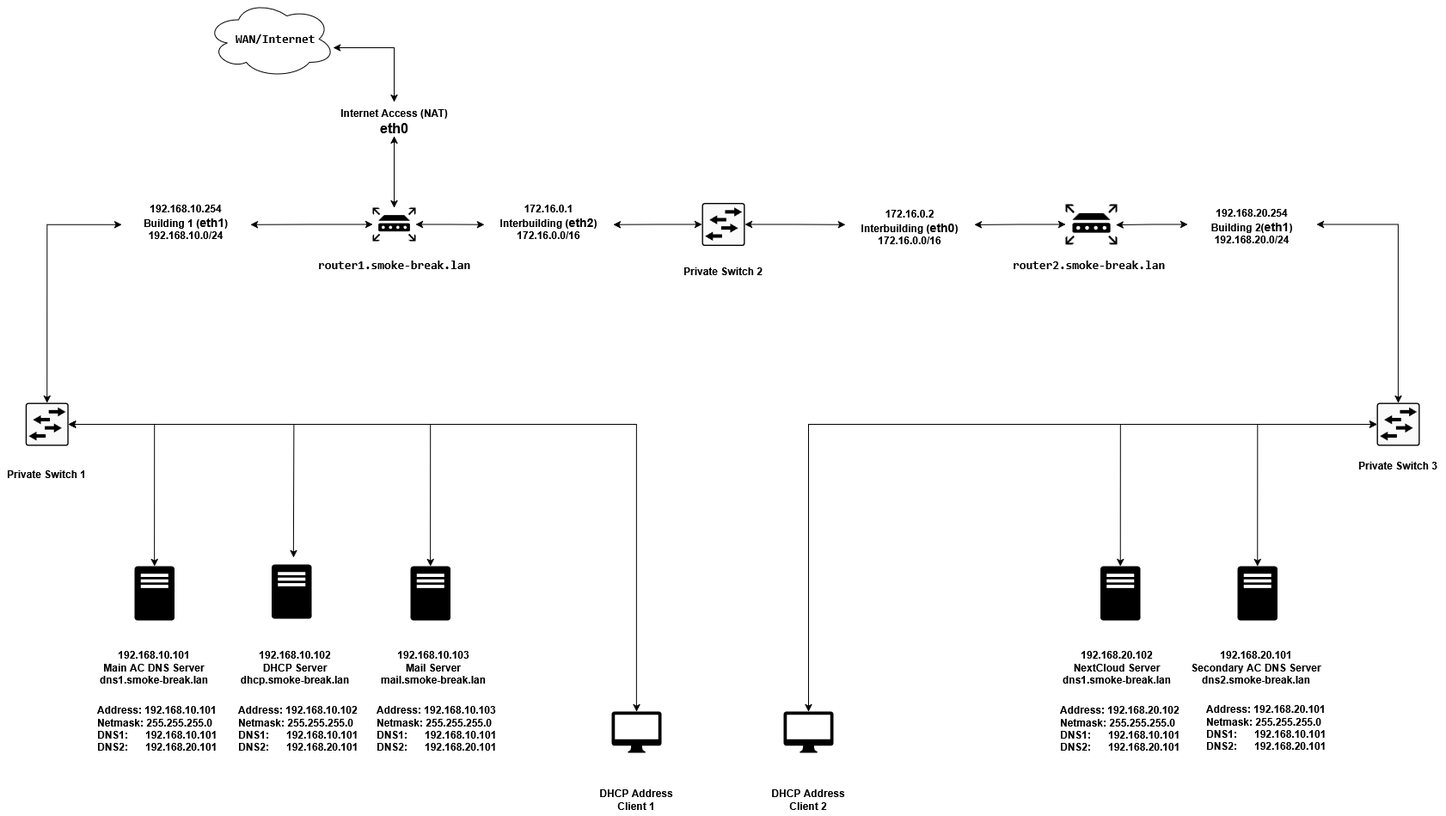
Before: images/diagram.png, a diagram exported from draw.io (fIyingPhoenix/InfraCore). Source tidied: cells renumbered, new cells last; positions are measured from the earlier drawing's top-left corner, leaving out a move shared by most shapes.
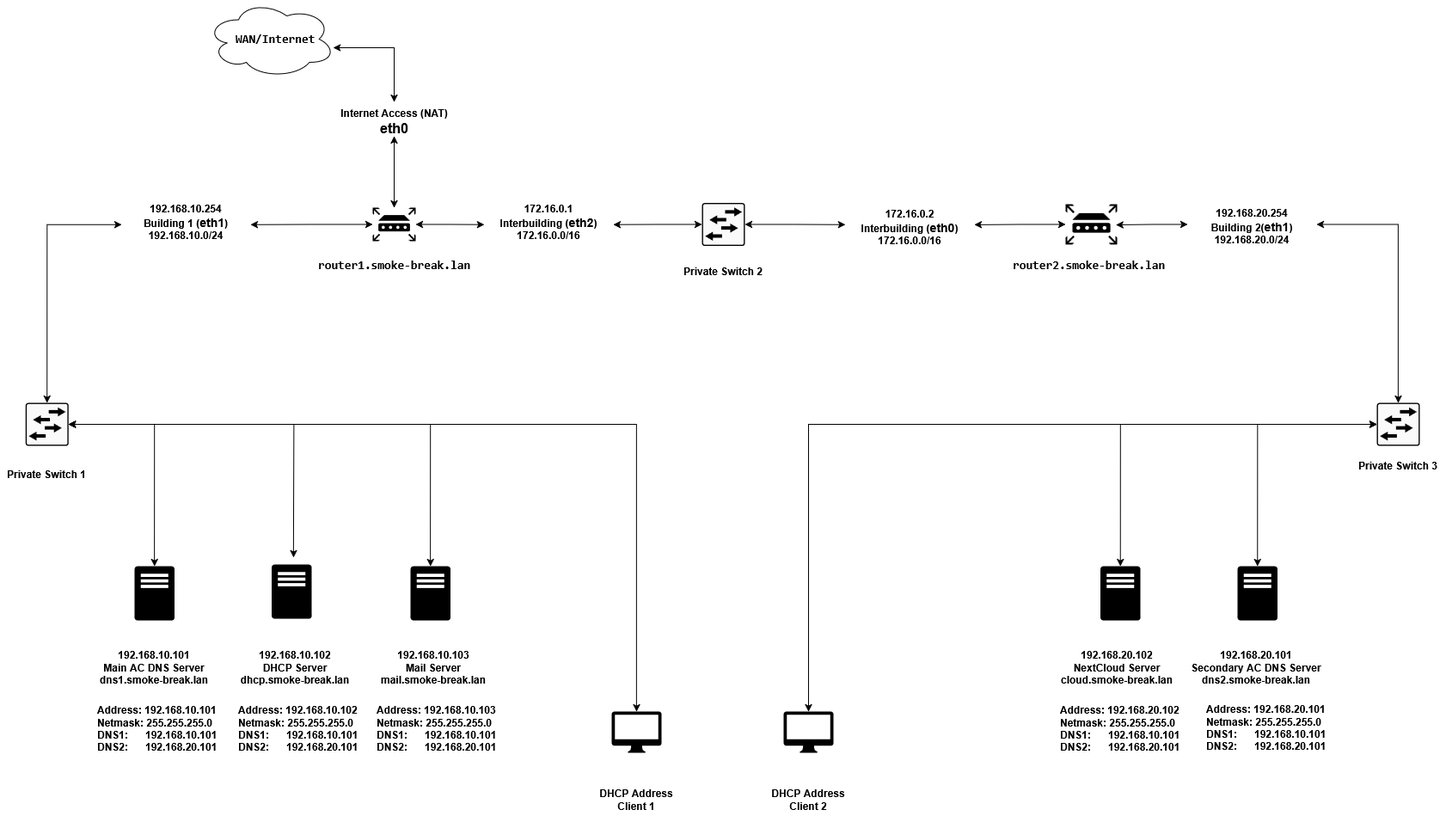
After the commit.

Diff of the diagram source:
```diff
@@ -158,7 +158,7 @@
     <mxCell id="51" value="&lt;div align=&quot;left&quot;&gt;&lt;b&gt;Address: 192.168.10.103&lt;/b&gt;&lt;/div&gt;&lt;div align=&quot;left&quot;&gt;&lt;b&gt;Netmask: 255.255.255.0&lt;br&gt;DNS1:&amp;nbsp; &amp;nbsp; &amp;nbsp; 192.168.10.101&lt;/b&gt;&lt;/div&gt;&lt;div align=&quot;left&quot;&gt;&lt;b&gt;DNS2:&amp;nbsp; &amp;nbsp; &amp;nbsp; 192.168.20.101&lt;/b&gt;&lt;/div&gt;" style="text;whiteSpace=wrap;html=1;rounded=0;glass=0;fillColor=none;align=left;" parent="1" vertex="1">
       <mxGeometry x="436.5" y="812.4" width="150" height="62.6" as="geometry" />
     </mxCell>
-    <mxCell id="52" value="&lt;b&gt;192.168.20.102&lt;/b&gt;&lt;div align=&quot;center&quot;&gt;&lt;b&gt;NextCloud Server&lt;/b&gt;&lt;br&gt;&lt;b&gt;dns1.smoke-break.lan&lt;/b&gt;&lt;/div&gt;" style="text;whiteSpace=wrap;html=1;rounded=0;glass=0;fillColor=none;align=center;" parent="1" vertex="1">
+    <mxCell id="52" value="&lt;b&gt;192.168.20.102&lt;/b&gt;&lt;div align=&quot;center&quot;&gt;&lt;b&gt;NextCloud Server&lt;/b&gt;&lt;br&gt;&lt;b&gt;cloud.smoke-break.lan&lt;/b&gt;&lt;/div&gt;" style="text;whiteSpace=wrap;html=1;rounded=0;glass=0;fillColor=none;align=center;" parent="1" vertex="1">
       <mxGeometry x="1225.2" y="748" width="150" height="62.6" as="geometry" />
     </mxCell>
     <mxCell id="53" value="&lt;div align=&quot;left&quot;&gt;&lt;b&gt;Address: 192.168.20.102&lt;/b&gt;&lt;/div&gt;&lt;div align=&quot;left&quot;&gt;&lt;b&gt;Netmask: 255.255.255.0&lt;br&gt;DNS1:&amp;nbsp; &amp;nbsp; &amp;nbsp; 192.168.10.101&lt;/b&gt;&lt;/div&gt;&lt;div align=&quot;left&quot;&gt;&lt;b&gt;DNS2:&amp;nbsp; &amp;nbsp; &amp;nbsp; 192.168.20.101&lt;/b&gt;&lt;/div&gt;" style="text;whiteSpace=wrap;html=1;rounded=0;glass=0;fillColor=none;align=left;" parent="1" vertex="1">
```
